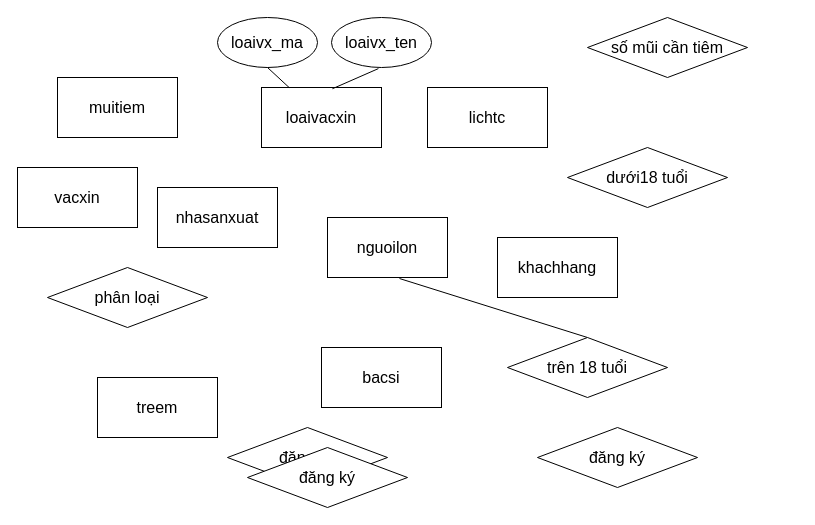
diepAu13122001/LTWEB_EXERCISES keeps this draw.io diagram as page "Page-1" (1 of 2) of BT3/Untitled Diagram.drawio. Above is the earlier version. Source tidied: cells renumbered, new cells numbered last; positions are measured from the earlier drawing's top-left corner, leaving out a move shared by most shapes. Both pictures are drawn from the tidied source at 100%, with x=0, y=0 at pixel (17, 17).
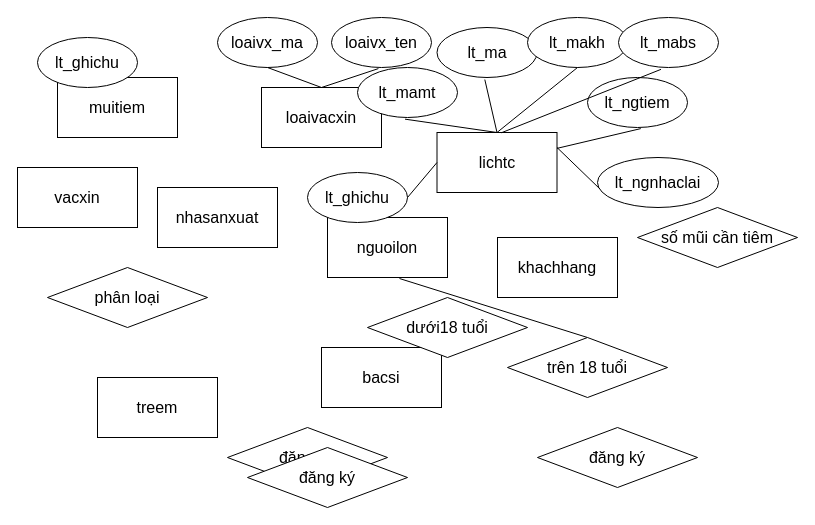
Above is the later version.

The change refers to these unchanged cells:
```xml
<mxCell id="3" value="loaivacxin" style="rounded=0;whiteSpace=wrap;html=1;fontSize=16;" parent="1" vertex="1">
  <mxGeometry x="244" y="70" width="120" height="60" as="geometry" />
</mxCell>
<mxCell id="19" value="loaivx_ma" style="ellipse;whiteSpace=wrap;html=1;fontSize=16;" parent="1" vertex="1">
  <mxGeometry x="200" width="100" height="50" as="geometry" />
</mxCell>
<mxCell id="20" value="loaivx_ten" style="ellipse;whiteSpace=wrap;html=1;fontSize=16;" parent="1" vertex="1">
  <mxGeometry x="314" width="100" height="50" as="geometry" />
</mxCell>
```

What changed in the source:
```diff
@@
     <mxCell id="8" value="lichtc" style="rounded=0;whiteSpace=wrap;html=1;fontSize=16;" parent="1" vertex="1">
-      <mxGeometry x="410" y="70" width="120" height="60" as="geometry" />
+      <mxGeometry x="419.5" y="115" width="120" height="60" as="geometry" />
     </mxCell>
@@
     <mxCell id="15" value="dưới18 tuổi" style="rhombus;whiteSpace=wrap;html=1;fontSize=16;" parent="1" vertex="1">
-      <mxGeometry x="550" y="130" width="160" height="60" as="geometry" />
+      <mxGeometry x="350" y="280" width="160" height="60" as="geometry" />
     </mxCell>
@@
     <mxCell id="18" value="số mũi cần tiêm" style="rhombus;whiteSpace=wrap;html=1;fontSize=16;" parent="1" vertex="1">
-      <mxGeometry x="570" width="160" height="60" as="geometry" />
+      <mxGeometry x="620" y="190" width="160" height="60" as="geometry" />
     </mxCell>
@@
-    <mxCell id="21" style="endArrow=none;html=1;rounded=0;fontSize=16;entryX=0.591;entryY=0.021;entryDx=0;entryDy=0;entryPerimeter=0;exitX=0.469;exitY=1.022;exitDx=0;exitDy=0;exitPerimeter=0;" parent="1" edge="1" source="20" target="3">
+    <mxCell id="21" style="endArrow=none;html=1;rounded=0;fontSize=16;entryX=0.5;entryY=0;entryDx=0;entryDy=0;exitX=0.469;exitY=1.022;exitDx=0;exitDy=0;exitPerimeter=0;" parent="1" edge="1" source="20" target="3">
       <mxGeometry relative="1" as="geometry" />
     </mxCell>
-    <mxCell id="22" style="endArrow=none;html=1;rounded=0;fontSize=16;entryX=0.5;entryY=1;entryDx=0;entryDy=0;" parent="1" edge="1" source="3" target="19">
+    <mxCell id="22" style="endArrow=none;html=1;rounded=0;fontSize=16;entryX=0.5;entryY=1;entryDx=0;entryDy=0;exitX=0.5;exitY=0;exitDx=0;exitDy=0;" parent="1" edge="1" source="3" target="19">
       <mxGeometry relative="1" as="geometry" />
     </mxCell>
+    <mxCell id="23" value="lt_ma" style="ellipse;whiteSpace=wrap;html=1;fontSize=16;" parent="1" vertex="1">
+      <mxGeometry x="419.5" y="10" width="100" height="50" as="geometry" />
+    </mxCell>
+    <mxCell id="24" value="lt_makh" style="ellipse;whiteSpace=wrap;html=1;fontSize=16;" parent="1" vertex="1">
+      <mxGeometry x="510" width="100" height="50" as="geometry" />
+    </mxCell>
+    <mxCell id="25" value="lt_mabs" style="ellipse;whiteSpace=wrap;html=1;fontSize=16;" parent="1" vertex="1">
+      <mxGeometry x="601" width="100" height="50" as="geometry" />
+    </mxCell>
+    <mxCell id="26" value="lt_mamt" style="ellipse;whiteSpace=wrap;html=1;fontSize=16;" parent="1" vertex="1">
+      <mxGeometry x="340" y="50" width="100" height="50" as="geometry" />
+    </mxCell>
+    <mxCell id="27" value="lt_ngtiem" style="ellipse;whiteSpace=wrap;html=1;fontSize=16;" parent="1" vertex="1">
+      <mxGeometry x="570" y="60" width="100" height="50" as="geometry" />
+    </mxCell>
+    <mxCell id="28" value="lt_ngnhaclai" style="ellipse;whiteSpace=wrap;html=1;fontSize=16;" parent="1" vertex="1">
+      <mxGeometry x="580" y="140" width="121" height="50" as="geometry" />
+    </mxCell>
+    <mxCell id="29" value="lt_ghichu" style="ellipse;whiteSpace=wrap;html=1;fontSize=16;" parent="1" vertex="1">
+      <mxGeometry x="290" y="155" width="100" height="50" as="geometry" />
+    </mxCell>
+    <mxCell id="30" style="endArrow=none;html=1;rounded=0;fontSize=16;entryX=1;entryY=0.5;entryDx=0;entryDy=0;exitX=0;exitY=0.5;exitDx=0;exitDy=0;" parent="1" edge="1" source="8" target="29">
+      <mxGeometry relative="1" as="geometry" />
+    </mxCell>
+    <mxCell id="31" style="endArrow=none;html=1;rounded=0;fontSize=16;entryX=0.5;entryY=0;entryDx=0;entryDy=0;exitX=0.475;exitY=1.033;exitDx=0;exitDy=0;exitPerimeter=0;" parent="1" edge="1" source="26" target="8">
+      <mxGeometry relative="1" as="geometry" />
+    </mxCell>
+    <mxCell id="32" style="endArrow=none;html=1;rounded=0;fontSize=16;entryX=0.533;entryY=1.022;entryDx=0;entryDy=0;entryPerimeter=0;" parent="1" edge="1" source="8" target="27">
+      <mxGeometry relative="1" as="geometry" />
+    </mxCell>
+    <mxCell id="33" style="endArrow=none;html=1;rounded=0;fontSize=16;entryX=0.5;entryY=0;entryDx=0;entryDy=0;exitX=0.478;exitY=1.041;exitDx=0;exitDy=0;exitPerimeter=0;" parent="1" edge="1" source="23" target="8">
+      <mxGeometry relative="1" as="geometry" />
+    </mxCell>
+    <mxCell id="34" style="endArrow=none;html=1;rounded=0;fontSize=16;entryX=0.5;entryY=0;entryDx=0;entryDy=0;exitX=0.5;exitY=1;exitDx=0;exitDy=0;" parent="1" edge="1" source="24" target="8">
+      <mxGeometry relative="1" as="geometry" />
+    </mxCell>
+    <mxCell id="35" style="endArrow=none;html=1;rounded=0;fontSize=16;entryX=0.017;entryY=0.622;entryDx=0;entryDy=0;exitX=1;exitY=0.25;exitDx=0;exitDy=0;entryPerimeter=0;" parent="1" edge="1" source="8" target="28">
+      <mxGeometry relative="1" as="geometry" />
+    </mxCell>
+    <mxCell id="36" style="endArrow=none;html=1;rounded=0;fontSize=16;entryX=0.537;entryY=0.004;entryDx=0;entryDy=0;exitX=0.425;exitY=1.037;exitDx=0;exitDy=0;exitPerimeter=0;entryPerimeter=0;" parent="1" edge="1" source="25" target="8">
+      <mxGeometry relative="1" as="geometry" />
+    </mxCell>
+    <mxCell id="37" value="lt_ghichu" style="ellipse;whiteSpace=wrap;html=1;fontSize=16;" parent="1" vertex="1">
+      <mxGeometry x="20" y="20" width="100" height="50" as="geometry" />
+    </mxCell>
```
